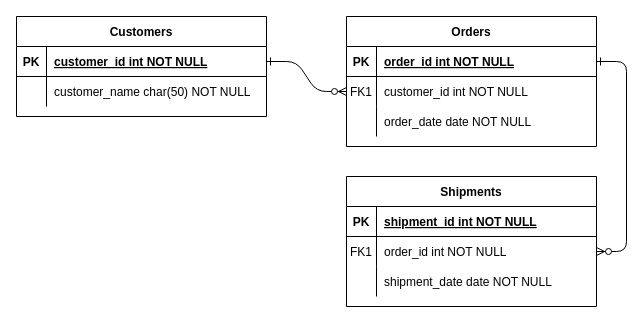
Earlier version of the draw.io diagram Diagrama sem nome.drawio (mpgwave/app-sobrancelhas). Source tidied: cells renumbered, new cells numbered last; positions are measured from the earlier drawing's top-left corner, leaving out a move shared by most shapes. Both pictures are drawn from the tidied source at 100%, with x=0, y=0 at pixel (16, 16).
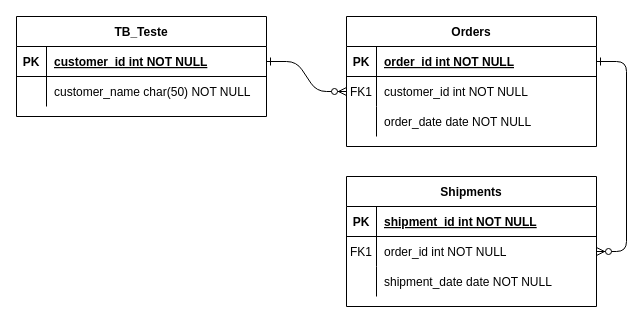
Above is the later version.

Diff of the diagram source:
```diff
@@
-    <mxCell id="24" value="Customers" style="shape=table;startSize=30;childLayout=tableLayout;rowLines=0;fontStyle=1;align=center;" parent="1" vertex="1">
+    <mxCell id="24" value="TB_Teste" style="shape=table;startSize=30;childLayout=tableLayout;rowLines=0;fontStyle=1;align=center;" parent="1" vertex="1">
       <mxGeometry width="250" height="100" as="geometry" />
     </mxCell>
```
